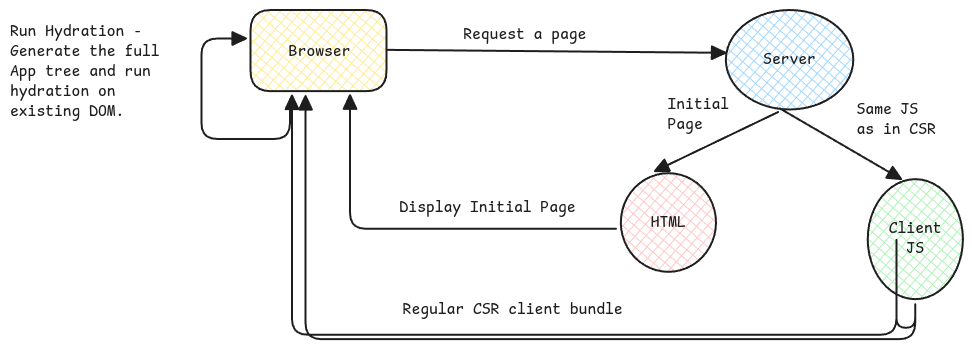
Earlier version of the Excalidraw export static/img/ssr-rendering.excalidraw.png (swaroopar/inprogress-engineer). Source tidied: one line per element, renumbered; positions are measured from the earlier drawing's top-left corner, leaving out a move shared by most shapes.
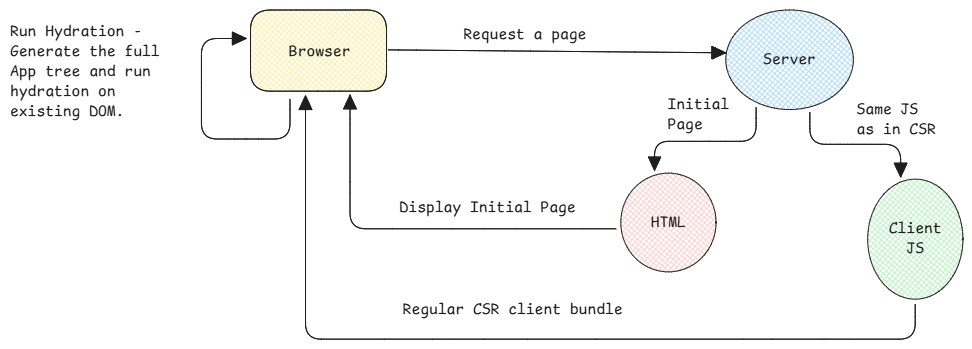
Later version of the same file.

The edit, as a diff of the source:
```diff
@@ -1,20 +1,20 @@
-{"id": 0, "type": "ellipse", "strokeColor": "#1e1e1e", "backgroundColor": "#a5d8ff", "fillStyle": "cross-hatch", "strokeWidth": 2, "roughness": 0, "round": true, "x": 716, "y": 0, "width": 128, "height": 99}
+{"id": 0, "type": "ellipse", "strokeColor": "#1e1e1e", "backgroundColor": "#a5d8ff", "fillStyle": "cross-hatch", "strokeWidth": 1, "roughness": 0, "round": true, "x": 716, "y": 0, "width": 128, "height": 99}
 {"id": 1, "type": "text", "text": "Server", "strokeColor": "#1e1e1e", "backgroundColor": "#ffec99", "fillStyle": "solid", "strokeWidth": 2, "roughness": 1, "fontSize": 16, "fontFamily": 8, "textAlign": "center", "verticalAlign": "middle", "inside": 0, "x": 753, "y": 40, "width": 53, "height": 20}
-{"id": 2, "type": "rectangle", "strokeColor": "#1e1e1e", "backgroundColor": "#ffec99", "fillStyle": "cross-hatch", "strokeWidth": 2, "roughness": 0, "round": true, "x": 241, "y": 0, "width": 136, "height": 81}
+{"id": 2, "type": "rectangle", "strokeColor": "#1e1e1e", "backgroundColor": "#ffec99", "fillStyle": "cross-hatch", "strokeWidth": 1, "roughness": 0, "round": true, "x": 241, "y": 0, "width": 136, "height": 81}
-{"id": 3, "type": "text", "text": "Browser", "strokeColor": "#1e1e1e", "backgroundColor": "#a5d8ff", "fillStyle": "cross-hatch", "strokeWidth": 2, "roughness": 0, "fontSize": 16, "fontFamily": 8, "x": 279, "y": 32, "width": 62, "height": 20}
+{"id": 3, "type": "text", "text": "Browser", "strokeColor": "#1e1e1e", "backgroundColor": "#a5d8ff", "fillStyle": "cross-hatch", "strokeWidth": 1, "roughness": 0, "fontSize": 16, "fontFamily": 8, "x": 279, "y": 32, "width": 62, "height": 20}
-{"id": 4, "type": "arrow", "strokeColor": "#1e1e1e", "backgroundColor": "#ffec99", "fillStyle": "cross-hatch", "strokeWidth": 2, "roughness": 0, "endArrowhead": "triangle", "round": true, "from": 2, "to": 0, "x": 378, "y": 40, "width": 337, "height": 3, "points": [[0, 0], [337, 3]]}
+{"id": 4, "type": "arrow", "strokeColor": "#1e1e1e", "backgroundColor": "#ffec99", "fillStyle": "cross-hatch", "strokeWidth": 1, "roughness": 0, "endArrowhead": "triangle", "round": true, "from": 2, "to": 0, "x": 378, "y": 40, "width": 337, "height": 3, "points": [[0, 0], [337, 3]]}
-{"id": 5, "type": "ellipse", "strokeColor": "#1e1e1e", "backgroundColor": "#ffc9c9", "fillStyle": "cross-hatch", "strokeWidth": 2, "roughness": 0, "round": true, "x": 611, "y": 163, "width": 95, "height": 99}
+{"id": 5, "type": "ellipse", "strokeColor": "#1e1e1e", "backgroundColor": "#ffc9c9", "fillStyle": "cross-hatch", "strokeWidth": 1, "roughness": 0, "round": true, "x": 611, "y": 163, "width": 95, "height": 99}
 {"id": 6, "type": "text", "text": "HTML", "strokeColor": "#1e1e1e", "backgroundColor": "#ffc9c9", "fillStyle": "solid", "strokeWidth": 2, "roughness": 1, "fontSize": 16, "fontFamily": 8, "textAlign": "center", "verticalAlign": "middle", "inside": 5, "x": 641, "y": 203, "width": 35, "height": 20}
-{"id": 7, "type": "ellipse", "strokeColor": "#1e1e1e", "backgroundColor": "#b2f2bb", "fillStyle": "cross-hatch", "strokeWidth": 2, "roughness": 0, "round": true, "x": 858, "y": 169, "width": 95, "height": 120}
+{"id": 7, "type": "ellipse", "strokeColor": "#1e1e1e", "backgroundColor": "#b2f2bb", "fillStyle": "cross-hatch", "strokeWidth": 1, "roughness": 0, "round": true, "x": 858, "y": 169, "width": 95, "height": 120}
 {"id": 8, "type": "text", "text": "Client\nJS", "strokeColor": "#1e1e1e", "backgroundColor": "#ffc9c9", "fillStyle": "solid", "strokeWidth": 2, "roughness": 1, "fontSize": 16, "fontFamily": 8, "textAlign": "center", "verticalAlign": "middle", "inside": 7, "x": 879, "y": 209, "width": 53, "height": 40}
-{"id": 9, "type": "arrow", "strokeColor": "#1e1e1e", "backgroundColor": "#b2f2bb", "fillStyle": "cross-hatch", "strokeWidth": 2, "roughness": 0, "endArrowhead": "triangle", "round": true, "from": 0, "to": 5, "x": 768, "y": 102, "width": 123, "height": 59, "points": [[0, 0], [-123, 59]]}
+{"id": 9, "type": "arrow", "strokeColor": "#1e1e1e", "backgroundColor": "#b2f2bb", "fillStyle": "cross-hatch", "strokeWidth": 1, "roughness": 0, "endArrowhead": "triangle", "from": 0, "to": 5, "x": 746, "y": 97, "width": 102, "height": 63, "points": [[0, 0], [0, 34], [-102, 34], [-102, 63]]}
-{"id": 10, "type": "arrow", "strokeColor": "#1e1e1e", "backgroundColor": "#b2f2bb", "fillStyle": "cross-hatch", "strokeWidth": 2, "roughness": 0, "endArrowhead": "triangle", "round": true, "to": 7, "x": 770, "y": 98, "width": 122, "height": 71, "points": [[0, 0], [122, 71]]}
+{"id": 10, "type": "arrow", "strokeColor": "#1e1e1e", "backgroundColor": "#b2f2bb", "fillStyle": "cross-hatch", "strokeWidth": 1, "roughness": 0, "endArrowhead": "triangle", "from": 0, "to": 7, "x": 800, "y": 102, "width": 91, "height": 65, "points": [[0, 0], [0, 32], [91, 32], [91, 65]]}
-{"id": 11, "type": "text", "text": "Initial\nPage", "strokeColor": "#1e1e1e", "backgroundColor": "#b2f2bb", "fillStyle": "cross-hatch", "strokeWidth": 2, "roughness": 0, "fontSize": 16, "fontFamily": 8, "x": 658, "y": 85, "width": 62, "height": 40}
+{"id": 11, "type": "text", "text": "Initial\nPage", "strokeColor": "#1e1e1e", "backgroundColor": "#b2f2bb", "fillStyle": "cross-hatch", "strokeWidth": 1, "roughness": 0, "fontSize": 16, "fontFamily": 8, "x": 658, "y": 85, "width": 62, "height": 40}
-{"id": 12, "type": "text", "text": "Same JS \nas in CSR", "strokeColor": "#1e1e1e", "backgroundColor": "#b2f2bb", "fillStyle": "cross-hatch", "strokeWidth": 2, "roughness": 0, "fontSize": 16, "fontFamily": 8, "x": 847, "y": 90, "width": 79, "height": 40}
+{"id": 12, "type": "text", "text": "Same JS \nas in CSR", "strokeColor": "#1e1e1e", "backgroundColor": "#b2f2bb", "fillStyle": "cross-hatch", "strokeWidth": 1, "roughness": 0, "fontSize": 16, "fontFamily": 8, "x": 847, "y": 90, "width": 79, "height": 40}
-{"id": 13, "type": "arrow", "strokeColor": "#1e1e1e", "backgroundColor": "#b2f2bb", "fillStyle": "cross-hatch", "strokeWidth": 2, "roughness": 0, "endArrowhead": "triangle", "from": 5, "to": 2, "x": 606, "y": 219, "width": 266, "height": 134, "points": [[0, 0], [-266, 0], [-266, -134]]}
+{"id": 13, "type": "arrow", "strokeColor": "#1e1e1e", "backgroundColor": "#b2f2bb", "fillStyle": "cross-hatch", "strokeWidth": 1, "roughness": 0, "endArrowhead": "triangle", "from": 5, "to": 2, "x": 606, "y": 219, "width": 266, "height": 134, "points": [[0, 0], [-266, 0], [-266, -134]]}
-{"id": 14, "type": "text", "text": "Display Initial Page", "strokeColor": "#1e1e1e", "backgroundColor": "#b2f2bb", "fillStyle": "cross-hatch", "strokeWidth": 2, "roughness": 0, "fontSize": 16, "fontFamily": 8, "x": 390, "y": 188, "width": 176, "height": 20}
+{"id": 14, "type": "text", "text": "Display Initial Page", "strokeColor": "#1e1e1e", "backgroundColor": "#b2f2bb", "fillStyle": "cross-hatch", "strokeWidth": 1, "roughness": 0, "fontSize": 16, "fontFamily": 8, "x": 390, "y": 188, "width": 176, "height": 20}
-{"id": 15, "type": "text", "text": "Regular CSR client bundle", "strokeColor": "#1e1e1e", "backgroundColor": "#b2f2bb", "fillStyle": "cross-hatch", "strokeWidth": 2, "roughness": 0, "fontSize": 16, "fontFamily": 8, "x": 393, "y": 290, "width": 220, "height": 20}
+{"id": 15, "type": "text", "text": "Regular CSR client bundle", "strokeColor": "#1e1e1e", "backgroundColor": "#b2f2bb", "fillStyle": "cross-hatch", "strokeWidth": 1, "roughness": 0, "fontSize": 16, "fontFamily": 8, "x": 393, "y": 290, "width": 220, "height": 20}
-{"id": 16, "type": "arrow", "strokeColor": "#1e1e1e", "backgroundColor": "#b2f2bb", "fillStyle": "cross-hatch", "strokeWidth": 2, "roughness": 0, "endArrowhead": "triangle", "from": 2, "to": 2, "x": 280, "y": 89, "width": 89, "height": 101, "points": [[0, 0], [0, 40], [-89, 40], [-89, -61], [-44, -61]]}
+{"id": 16, "type": "arrow", "strokeColor": "#1e1e1e", "backgroundColor": "#b2f2bb", "fillStyle": "cross-hatch", "strokeWidth": 1, "roughness": 0, "endArrowhead": "triangle", "from": 2, "to": 2, "x": 280, "y": 89, "width": 89, "height": 101, "points": [[0, 0], [0, 40], [-89, 40], [-89, -61], [-44, -61]]}
-{"id": 17, "type": "text", "text": "Run Hydration -\nGenerate the full \nApp tree and run \nhydration on \nexisting DOM.", "strokeColor": "#1e1e1e", "backgroundColor": "#b2f2bb", "fillStyle": "cross-hatch", "strokeWidth": 2, "roughness": 0, "fontSize": 16, "fontFamily": 8, "x": 0, "y": 12, "width": 158, "height": 100}
+{"id": 17, "type": "text", "text": "Run Hydration -\nGenerate the full \nApp tree and run \nhydration on \nexisting DOM.", "strokeColor": "#1e1e1e", "backgroundColor": "#b2f2bb", "fillStyle": "cross-hatch", "strokeWidth": 1, "roughness": 0, "fontSize": 16, "fontFamily": 8, "x": 0, "y": 12, "width": 158, "height": 100}
-{"id": 18, "type": "text", "text": "Request a page", "strokeColor": "#1e1e1e", "backgroundColor": "#b2f2bb", "fillStyle": "cross-hatch", "strokeWidth": 2, "roughness": 0, "fontSize": 16, "fontFamily": 8, "x": 453, "y": 15, "width": 123, "height": 20}
+{"id": 18, "type": "text", "text": "Request a page", "strokeColor": "#1e1e1e", "backgroundColor": "#b2f2bb", "fillStyle": "cross-hatch", "strokeWidth": 1, "roughness": 0, "fontSize": 16, "fontFamily": 8, "x": 453, "y": 15, "width": 123, "height": 20}
-{"id": 19, "type": "arrow", "strokeColor": "#1e1e1e", "strokeWidth": 2, "roughness": 0, "endArrowhead": "triangle", "from": 7, "to": 2, "x": 905, "y": 294, "width": 610, "height": 243, "points": [[0, 0], [0, 35], [-610, 35], [-610, -208]]}
+{"id": 19, "type": "arrow", "strokeColor": "#1e1e1e", "strokeWidth": 1, "roughness": 0, "endArrowhead": "triangle", "from": 7, "to": 2, "x": 905, "y": 294, "width": 610, "height": 243, "points": [[0, 0], [0, 35], [-610, 35], [-610, -208]]}
```
